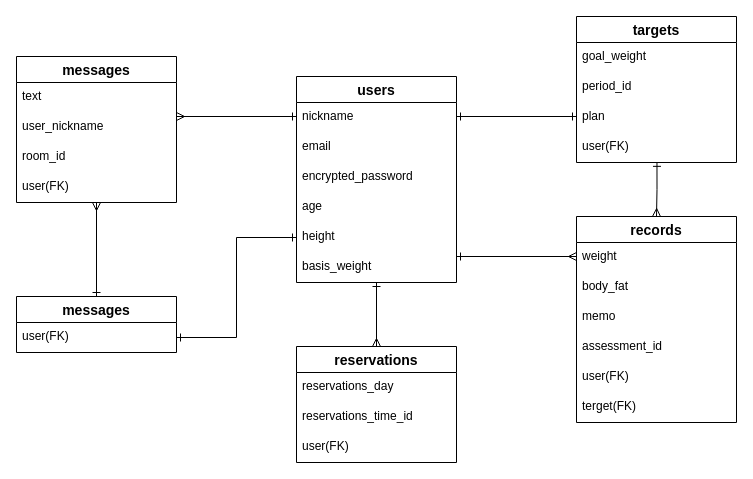
Earlier version of the draw.io diagram supporter_app.dio (yu9n03/supporter_app). Source tidied: cells renumbered, new cells numbered last; positions are measured from the earlier drawing's top-left corner, leaving out a move shared by most shapes. Both pictures are drawn from the tidied source at 100%, with x=0, y=0 at pixel (16, 16).
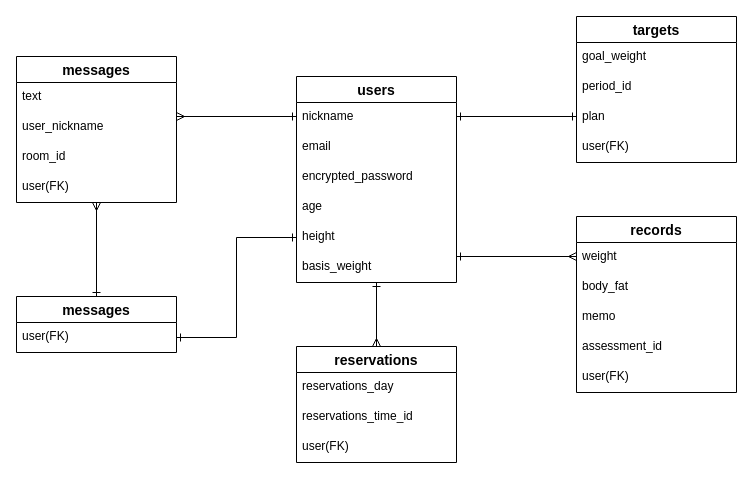
After the change.

The change refers to these unchanged cells:
```xml
<mxCell id="13" value="user(FK)" style="text;strokeColor=none;fillColor=none;spacingLeft=4;spacingRight=4;overflow=hidden;points=[[0,0.5],[1,0.5]];portConstraint=eastwest;fontSize=12;" parent="9" vertex="1">
  <mxGeometry y="116" width="160" height="30" as="geometry" />
</mxCell>
```

Diff of the diagram source:
```diff
@@
     <mxCell id="14" value="records" style="swimlane;fontStyle=1;horizontal=1;startSize=26;align=center;fontSize=14;" parent="1" vertex="1">
-      <mxGeometry x="560" y="200" width="160" height="206" as="geometry" />
+      <mxGeometry x="560" y="200" width="160" height="176" as="geometry" />
     </mxCell>
@@
-    <mxCell id="20" value="terget(FK)" style="text;strokeColor=none;fillColor=none;spacingLeft=4;spacingRight=4;overflow=hidden;fontSize=12;" parent="14" vertex="1">
-      <mxGeometry y="176" width="160" height="30" as="geometry" />
-    </mxCell>
@@
-    <mxCell id="34" style="edgeStyle=orthogonalEdgeStyle;rounded=0;jettySize=auto;html=1;exitX=0.503;exitY=0.995;exitDx=0;exitDy=0;exitPerimeter=0;startArrow=ERone;startFill=0;endArrow=ERmany;endFill=0;" parent="1" edge="1" source="13">
-      <mxGeometry relative="1" as="geometry">
-        <mxPoint x="640" y="200" as="targetPoint" />
-        <Array as="points">
-          <mxPoint x="640" y="173" />
-          <mxPoint x="640" y="173" />
-        </Array>
-      </mxGeometry>
-    </mxCell>
```
